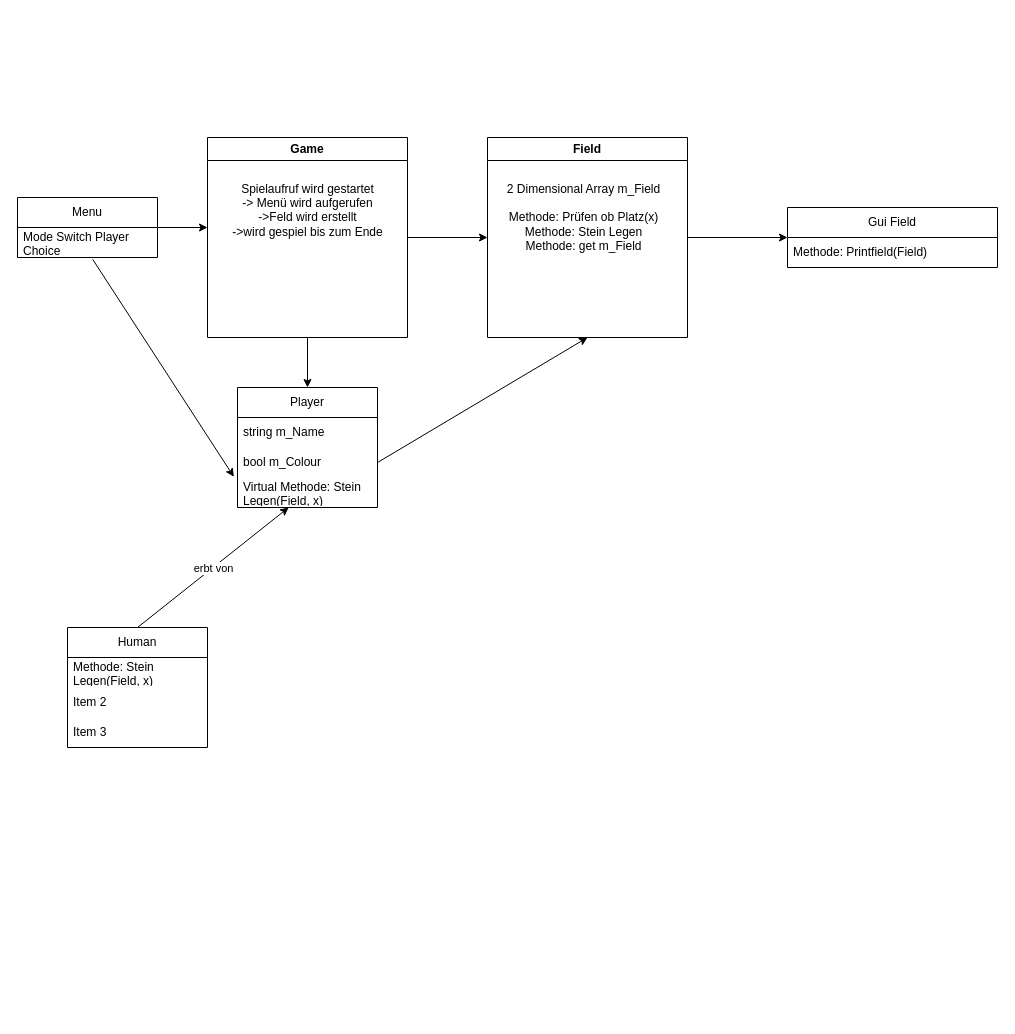
This is Plan.drawio from carlFelixSchlass/Connect4, a draw.io file, before an edit. Source tidied: cells renumbered, new cells numbered last; positions are measured from the earlier drawing's top-left corner, leaving out a move shared by most shapes. Both pictures are drawn from the tidied source at 100%, with x=0, y=0 at pixel (17, 137).
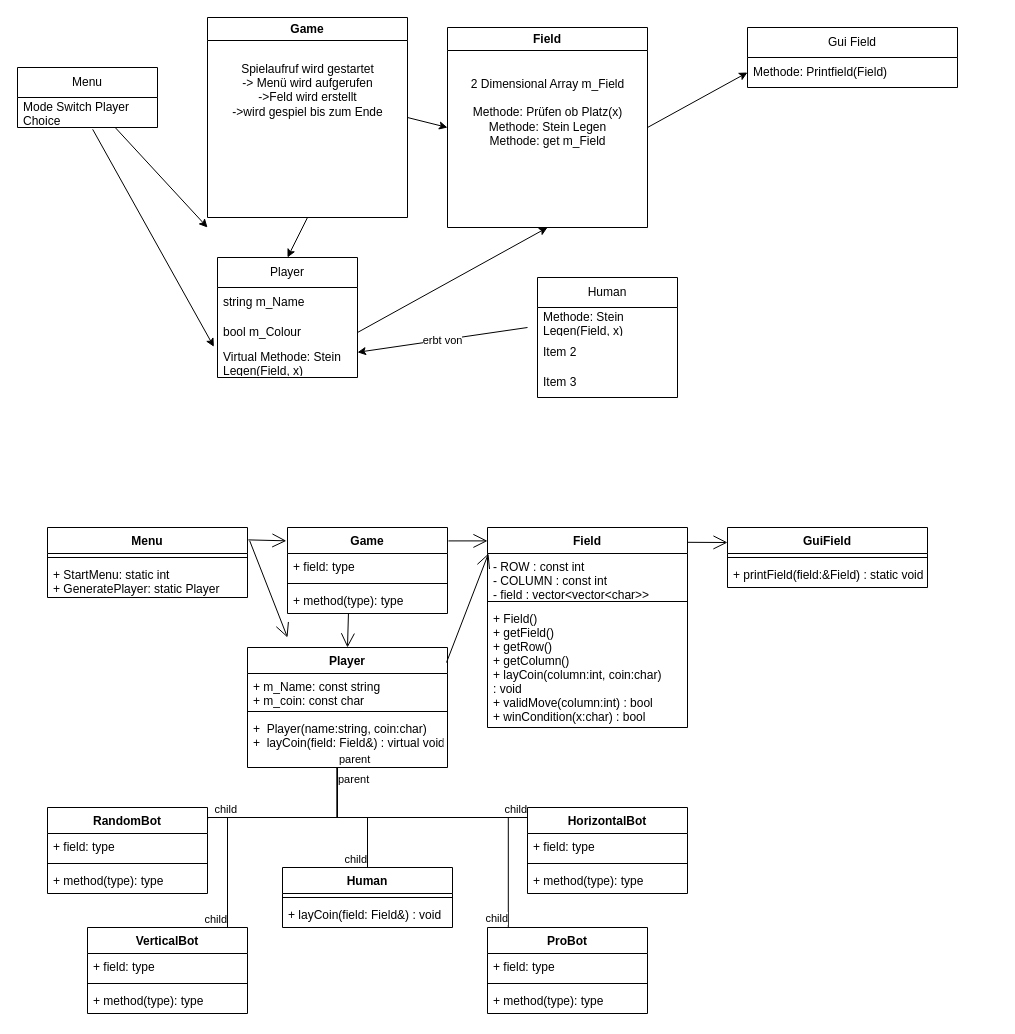
The same diagram, later.

Commit message (it also covers changes not shown here):
removed test outputs startMenu in main now new UML Diagramm with UML Blocks added a '&' at Player.hpp in line 12 -> think it should be a refernce

Unchanged cells that the change refers to:
```xml
<mxCell id="12" value="&lt;span style=&quot;text-align: center;&quot;&gt;Virtual Methode: Stein Legen(Field, x)&lt;/span&gt;" style="text;strokeColor=none;fillColor=none;align=left;verticalAlign=middle;spacingLeft=4;spacingRight=4;overflow=hidden;points=[[0,0.5],[1,0.5]];portConstraint=eastwest;whiteSpace=wrap;html=1;" parent="9" vertex="1">
  <mxGeometry y="90" width="140" height="30" as="geometry" />
</mxCell>
<mxCell id="18" value="Methode: Printfield(Field)" style="text;strokeColor=none;fillColor=none;align=left;verticalAlign=middle;spacingLeft=4;spacingRight=4;overflow=hidden;points=[[0,0.5],[1,0.5]];portConstraint=eastwest;whiteSpace=wrap;html=1;" parent="17" vertex="1">
  <mxGeometry y="30" width="210" height="30" as="geometry" />
</mxCell>
```

Change to the diagram source:
```diff
@@
     <mxCell id="4" value="Game" style="swimlane;whiteSpace=wrap;html=1;" parent="1" vertex="1">
-      <mxGeometry x="190" width="200" height="200" as="geometry" />
+      <mxGeometry x="190" y="-120" width="200" height="200" as="geometry" />
     </mxCell>
@@
-    <mxCell id="6" style="edgeStyle=none;html=1;exitX=1;exitY=0.5;exitDx=0;exitDy=0;" parent="1" edge="1" source="7">
-      <mxGeometry relative="1" as="geometry">
-        <mxPoint x="770" y="100" as="targetPoint" />
-      </mxGeometry>
+    <mxCell id="6" style="edgeStyle=none;html=1;exitX=1;exitY=0.5;exitDx=0;exitDy=0;entryX=0;entryY=0.5;entryDx=0;entryDy=0;" parent="1" edge="1" source="7" target="18">
+      <mxGeometry relative="1" as="geometry" />
     </mxCell>
     <mxCell id="7" value="Field" style="swimlane;whiteSpace=wrap;html=1;" parent="1" vertex="1">
-      <mxGeometry x="470" width="200" height="200" as="geometry" />
+      <mxGeometry x="430" y="-110" width="200" height="200" as="geometry" />
     </mxCell>
     <mxCell id="8" value="2 Dimensional Array m_Field&lt;br&gt;&lt;br&gt;Methode: Prüfen ob Platz(x)&lt;br&gt;Methode: Stein Legen&lt;br&gt;Methode: get m_Field" style="text;html=1;align=center;verticalAlign=middle;strokeColor=none;fillColor=none;" parent="7" vertex="1">
-      <mxGeometry x="6" y="35" width="180" height="90" as="geometry" />
+      <mxGeometry x="10" y="40" width="180" height="90" as="geometry" />
     </mxCell>
     <mxCell id="9" value="Player" style="swimlane;fontStyle=0;horizontal=1;startSize=30;whiteSpace=wrap;html=1;" parent="1" vertex="1">
-      <mxGeometry x="220" y="250" width="140" height="120" as="geometry" />
+      <mxGeometry x="200" y="120" width="140" height="120" as="geometry" />
     </mxCell>
@@
     <mxCell id="13" value="Human" style="swimlane;fontStyle=0;horizontal=1;startSize=30;whiteSpace=wrap;html=1;" parent="1" vertex="1">
-      <mxGeometry x="50" y="490" width="140" height="120" as="geometry" />
+      <mxGeometry x="520" y="140" width="140" height="120" as="geometry" />
     </mxCell>
@@
     <mxCell id="17" value="Gui Field" style="swimlane;fontStyle=0;horizontal=1;startSize=30;whiteSpace=wrap;html=1;" parent="1" vertex="1">
-      <mxGeometry x="770" y="70" width="210" height="60" as="geometry" />
+      <mxGeometry x="730" y="-110" width="210" height="60" as="geometry" />
     </mxCell>
@@
     <mxCell id="21" value="Menu" style="swimlane;fontStyle=0;horizontal=1;startSize=30;whiteSpace=wrap;html=1;" parent="1" vertex="1">
-      <mxGeometry y="60" width="140" height="60" as="geometry" />
+      <mxGeometry y="-70" width="140" height="60" as="geometry" />
     </mxCell>
@@
-    <mxCell id="23" style="endArrow=classic;html=1;exitX=0.5;exitY=0;exitDx=0;exitDy=0;" parent="1" edge="1" source="13" target="12">
-      <mxGeometry relative="1" as="geometry" />
+    <mxCell id="23" style="endArrow=classic;html=1;" parent="1" edge="1" target="12">
+      <mxGeometry relative="1" as="geometry">
+        <mxPoint x="510" y="190" as="sourcePoint" />
+      </mxGeometry>
     </mxCell>
@@
+    <mxCell id="26" value="Game" style="swimlane;fontStyle=1;align=center;verticalAlign=top;horizontal=1;startSize=26;" parent="1" vertex="1">
+      <mxGeometry x="270" y="390" width="160" height="86" as="geometry" />
+    </mxCell>
+    <mxCell id="27" value="+ field: type" style="text;strokeColor=none;fillColor=none;align=left;verticalAlign=top;spacingLeft=4;spacingRight=4;overflow=hidden;" parent="26" vertex="1">
+      <mxGeometry y="26" width="160" height="26" as="geometry" />
+    </mxCell>
+    <mxCell id="28" style="line;strokeWidth=1;fillColor=none;align=left;verticalAlign=middle;spacingTop=-1;spacingLeft=3;spacingRight=3;labelPosition=right;strokeColor=inherit;" parent="26" vertex="1">
+      <mxGeometry y="52" width="160" height="8" as="geometry" />
+    </mxCell>
+    <mxCell id="29" value="+ method(type): type" style="text;strokeColor=none;fillColor=none;align=left;verticalAlign=top;spacingLeft=4;spacingRight=4;overflow=hidden;points=[[0,0.5],[1,0.5]];portConstraint=eastwest;" parent="26" vertex="1">
+      <mxGeometry y="60" width="160" height="26" as="geometry" />
+    </mxCell>
+    <mxCell id="30" value="Menu" style="swimlane;fontStyle=1;align=center;verticalAlign=top;horizontal=1;startSize=26;" parent="1" vertex="1">
+      <mxGeometry x="30" y="390" width="200" height="70" as="geometry" />
+    </mxCell>
+    <mxCell id="31" style="line;strokeWidth=1;fillColor=none;align=left;verticalAlign=middle;spacingTop=-1;spacingLeft=3;spacingRight=3;labelPosition=right;strokeColor=inherit;" parent="30" vertex="1">
+      <mxGeometry y="26" width="200" height="8" as="geometry" />
+    </mxCell>
+    <mxCell id="32" value="+ StartMenu: static int &#10;+ GeneratePlayer: static Player" style="text;strokeColor=none;fillColor=none;align=left;verticalAlign=top;spacingLeft=4;spacingRight=4;overflow=hidden;" parent="30" vertex="1">
+      <mxGeometry y="34" width="200" height="36" as="geometry" />
+    </mxCell>
+    <mxCell id="33" value="Field" style="swimlane;fontStyle=1;align=center;verticalAlign=top;horizontal=1;startSize=26;" parent="1" vertex="1">
+      <mxGeometry x="470" y="390" width="200" height="200" as="geometry" />
+    </mxCell>
+    <mxCell id="34" value="- ROW : const int&#10;- COLUMN : const int &#10;- field : vector&lt;vector&lt;char&gt;&gt;" style="text;strokeColor=none;fillColor=none;align=left;verticalAlign=top;spacingLeft=4;spacingRight=4;overflow=hidden;points=[[0,0.5],[1,0.5]];portConstraint=eastwest;" parent="33" vertex="1">
+      <mxGeometry y="26" width="200" height="44" as="geometry" />
+    </mxCell>
+    <mxCell id="35" style="line;strokeWidth=1;fillColor=none;align=left;verticalAlign=middle;spacingTop=-1;spacingLeft=3;spacingRight=3;labelPosition=right;strokeColor=inherit;" parent="33" vertex="1">
+      <mxGeometry y="70" width="200" height="8" as="geometry" />
+    </mxCell>
+    <mxCell id="36" value="+ Field()&#10;+ getField()&#10;+ getRow()&#10;+ getColumn()&#10;+ layCoin(column:int, coin:char) &#10;: void&#10;+ validMove(column:int) : bool&#10;+ winCondition(x:char) : bool" style="text;strokeColor=none;fillColor=none;align=left;verticalAlign=top;spacingLeft=4;spacingRight=4;overflow=hidden;" parent="33" vertex="1">
+      <mxGeometry y="78" width="200" height="122" as="geometry" />
+    </mxCell>
+    <mxCell id="37" value="GuiField" style="swimlane;fontStyle=1;align=center;verticalAlign=top;horizontal=1;startSize=26;" parent="1" vertex="1">
+      <mxGeometry x="710" y="390" width="200" height="60" as="geometry" />
+    </mxCell>
+    <mxCell id="38" style="line;strokeWidth=1;fillColor=none;align=left;verticalAlign=middle;spacingTop=-1;spacingLeft=3;spacingRight=3;labelPosition=right;strokeColor=inherit;" parent="37" vertex="1">
+      <mxGeometry y="26" width="200" height="8" as="geometry" />
+    </mxCell>
+    <mxCell id="39" value="+ printField(field:&amp;Field) : static void" style="text;strokeColor=none;fillColor=none;align=left;verticalAlign=top;spacingLeft=4;spacingRight=4;overflow=hidden;" parent="37" vertex="1">
+      <mxGeometry y="34" width="200" height="26" as="geometry" />
+    </mxCell>
+    <mxCell id="40" value="HorizontalBot" style="swimlane;fontStyle=1;align=center;verticalAlign=top;horizontal=1;startSize=26;" parent="1" vertex="1">
+      <mxGeometry x="510" y="670" width="160" height="86" as="geometry" />
+    </mxCell>
+    <mxCell id="41" value="+ field: type" style="text;strokeColor=none;fillColor=none;align=left;verticalAlign=top;spacingLeft=4;spacingRight=4;overflow=hidden;" parent="40" vertex="1">
+      <mxGeometry y="26" width="160" height="26" as="geometry" />
+    </mxCell>
+    <mxCell id="42" style="line;strokeWidth=1;fillColor=none;align=left;verticalAlign=middle;spacingTop=-1;spacingLeft=3;spacingRight=3;labelPosition=right;strokeColor=inherit;" parent="40" vertex="1">
+      <mxGeometry y="52" width="160" height="8" as="geometry" />
+    </mxCell>
+    <mxCell id="43" value="+ method(type): type" style="text;strokeColor=none;fillColor=none;align=left;verticalAlign=top;spacingLeft=4;spacingRight=4;overflow=hidden;" parent="40" vertex="1">
+      <mxGeometry y="60" width="160" height="26" as="geometry" />
+    </mxCell>
+    <mxCell id="44" value="ProBot" style="swimlane;fontStyle=1;align=center;verticalAlign=top;horizontal=1;startSize=26;" parent="1" vertex="1">
+      <mxGeometry x="470" y="790" width="160" height="86" as="geometry" />
+    </mxCell>
+    <mxCell id="45" value="+ field: type" style="text;strokeColor=none;fillColor=none;align=left;verticalAlign=top;spacingLeft=4;spacingRight=4;overflow=hidden;" parent="44" vertex="1">
+      <mxGeometry y="26" width="160" height="26" as="geometry" />
+    </mxCell>
+    <mxCell id="46" style="line;strokeWidth=1;fillColor=none;align=left;verticalAlign=middle;spacingTop=-1;spacingLeft=3;spacingRight=3;labelPosition=right;strokeColor=inherit;" parent="44" vertex="1">
+      <mxGeometry y="52" width="160" height="8" as="geometry" />
+    </mxCell>
+    <mxCell id="47" value="+ method(type): type" style="text;strokeColor=none;fillColor=none;align=left;verticalAlign=top;spacingLeft=4;spacingRight=4;overflow=hidden;" parent="44" vertex="1">
+      <mxGeometry y="60" width="160" height="26" as="geometry" />
+    </mxCell>
+    <mxCell id="48" value="RandomBot" style="swimlane;fontStyle=1;align=center;verticalAlign=top;horizontal=1;startSize=26;" parent="1" vertex="1">
+      <mxGeometry x="30" y="670" width="160" height="86" as="geometry" />
+    </mxCell>
+    <mxCell id="49" value="+ field: type" style="text;strokeColor=none;fillColor=none;align=left;verticalAlign=top;spacingLeft=4;spacingRight=4;overflow=hidden;" parent="48" vertex="1">
+      <mxGeometry y="26" width="160" height="26" as="geometry" />
+    </mxCell>
+    <mxCell id="50" style="line;strokeWidth=1;fillColor=none;align=left;verticalAlign=middle;spacingTop=-1;spacingLeft=3;spacingRight=3;labelPosition=right;strokeColor=inherit;" parent="48" vertex="1">
+      <mxGeometry y="52" width="160" height="8" as="geometry" />
+    </mxCell>
+    <mxCell id="51" value="+ method(type): type" style="text;strokeColor=none;fillColor=none;align=left;verticalAlign=top;spacingLeft=4;spacingRight=4;overflow=hidden;" parent="48" vertex="1">
+      <mxGeometry y="60" width="160" height="26" as="geometry" />
+    </mxCell>
+    <mxCell id="52" value="VerticalBot" style="swimlane;fontStyle=1;align=center;verticalAlign=top;horizontal=1;startSize=26;" parent="1" vertex="1">
+      <mxGeometry x="70" y="790" width="160" height="86" as="geometry" />
+    </mxCell>
+    <mxCell id="53" value="+ field: type" style="text;strokeColor=none;fillColor=none;align=left;verticalAlign=top;spacingLeft=4;spacingRight=4;overflow=hidden;" parent="52" vertex="1">
+      <mxGeometry y="26" width="160" height="26" as="geometry" />
+    </mxCell>
+    <mxCell id="54" style="line;strokeWidth=1;fillColor=none;align=left;verticalAlign=middle;spacingTop=-1;spacingLeft=3;spacingRight=3;labelPosition=right;strokeColor=inherit;" parent="52" vertex="1">
+      <mxGeometry y="52" width="160" height="8" as="geometry" />
+    </mxCell>
+    <mxCell id="55" value="+ method(type): type" style="text;strokeColor=none;fillColor=none;align=left;verticalAlign=top;spacingLeft=4;spacingRight=4;overflow=hidden;" parent="52" vertex="1">
+      <mxGeometry y="60" width="160" height="26" as="geometry" />
+    </mxCell>
+    <mxCell id="56" value="Human" style="swimlane;fontStyle=1;align=center;verticalAlign=top;horizontal=1;startSize=26;" parent="1" vertex="1">
+      <mxGeometry x="265" y="730" width="170" height="60" as="geometry" />
+    </mxCell>
+    <mxCell id="57" style="line;strokeWidth=1;fillColor=none;align=left;verticalAlign=middle;spacingTop=-1;spacingLeft=3;spacingRight=3;labelPosition=right;strokeColor=inherit;" parent="56" vertex="1">
+      <mxGeometry y="26" width="170" height="8" as="geometry" />
+    </mxCell>
+    <mxCell id="58" value="+ layCoin(field: Field&amp;) : void" style="text;strokeColor=none;fillColor=none;align=left;verticalAlign=top;spacingLeft=4;spacingRight=4;overflow=hidden;" parent="56" vertex="1">
+      <mxGeometry y="34" width="170" height="26" as="geometry" />
+    </mxCell>
+    <mxCell id="59" value="Player" style="swimlane;fontStyle=1;align=center;verticalAlign=top;horizontal=1;startSize=26;" parent="1" vertex="1">
+      <mxGeometry x="230" y="510" width="200" height="120" as="geometry" />
+    </mxCell>
+    <mxCell id="60" value="+ m_Name: const string &#10;+ m_coin: const char" style="text;strokeColor=none;fillColor=none;align=left;verticalAlign=top;spacingLeft=4;spacingRight=4;overflow=hidden;" parent="59" vertex="1">
+      <mxGeometry y="26" width="200" height="34" as="geometry" />
+    </mxCell>
+    <mxCell id="61" style="line;strokeWidth=1;fillColor=none;align=left;verticalAlign=middle;spacingTop=-1;spacingLeft=3;spacingRight=3;labelPosition=right;strokeColor=inherit;" parent="59" vertex="1">
+      <mxGeometry y="60" width="200" height="8" as="geometry" />
+    </mxCell>
+    <mxCell id="62" value="+  Player(name:string, coin:char)&#10;+  layCoin(field: Field&amp;) : virtual void" style="text;strokeColor=none;fillColor=none;align=left;verticalAlign=top;spacingLeft=4;spacingRight=4;overflow=hidden;points=[[0,0.5],[1,0.5]];portConstraint=eastwest;" parent="59" vertex="1">
+      <mxGeometry y="68" width="200" height="52" as="geometry" />
+    </mxCell>
+    <mxCell id="63" style="endArrow=none;html=1;edgeStyle=orthogonalEdgeStyle;rounded=0;shadow=0;exitX=0.447;exitY=1.027;exitDx=0;exitDy=0;exitPerimeter=0;" parent="1" edge="1" source="62">
+      <mxGeometry relative="1" as="geometry">
+        <mxPoint x="510" y="680" as="targetPoint" />
+        <Array as="points">
+          <mxPoint x="319" y="680" />
+        </Array>
+      </mxGeometry>
+    </mxCell>
+    <mxCell id="64" value="parent" style="edgeLabel;html=1;align=left;verticalAlign=bottom;" parent="63" vertex="1">
+      <mxGeometry x="-1" relative="1" as="geometry">
+        <mxPoint y="19" as="offset" />
+      </mxGeometry>
+    </mxCell>
+    <mxCell id="65" value="child" style="edgeLabel;html=1;align=right;verticalAlign=bottom;" parent="63" vertex="1">
+      <mxGeometry x="1" relative="1" as="geometry" />
+    </mxCell>
+    <mxCell id="66" style="endArrow=none;html=1;edgeStyle=orthogonalEdgeStyle;rounded=0;shadow=0;exitX=0.444;exitY=1.018;exitDx=0;exitDy=0;exitPerimeter=0;" parent="1" edge="1" source="62" target="56">
+      <mxGeometry relative="1" as="geometry">
+        <Array as="points">
+          <mxPoint x="320" y="631" />
+          <mxPoint x="320" y="680" />
+          <mxPoint x="350" y="680" />
+        </Array>
+      </mxGeometry>
+    </mxCell>
+    <mxCell id="67" value="child" style="edgeLabel;html=1;align=right;verticalAlign=bottom;" parent="66" vertex="1">
+      <mxGeometry x="1" relative="1" as="geometry" />
+    </mxCell>
+    <mxCell id="68" style="endArrow=none;html=1;edgeStyle=orthogonalEdgeStyle;rounded=0;shadow=0;entryX=0.13;entryY=-0.006;entryDx=0;entryDy=0;entryPerimeter=0;" parent="1" edge="1" target="44">
+      <mxGeometry relative="1" as="geometry">
+        <mxPoint x="320" y="630" as="sourcePoint" />
+        <Array as="points">
+          <mxPoint x="320" y="680" />
+          <mxPoint x="491" y="680" />
+        </Array>
+      </mxGeometry>
+    </mxCell>
+    <mxCell id="69" value="child" style="edgeLabel;html=1;align=right;verticalAlign=bottom;" parent="68" vertex="1">
+      <mxGeometry x="1" relative="1" as="geometry" />
+    </mxCell>
+    <mxCell id="70" style="endArrow=none;html=1;edgeStyle=orthogonalEdgeStyle;rounded=0;shadow=0;exitX=0.449;exitY=1.003;exitDx=0;exitDy=0;exitPerimeter=0;entryX=1.001;entryY=0.138;entryDx=0;entryDy=0;entryPerimeter=0;" parent="1" edge="1" source="62" target="48">
+      <mxGeometry relative="1" as="geometry">
+        <Array as="points">
+          <mxPoint x="320" y="680" />
+          <mxPoint x="190" y="680" />
+        </Array>
+      </mxGeometry>
+    </mxCell>
+    <mxCell id="71" value="child" style="edgeLabel;html=1;align=right;verticalAlign=bottom;" parent="70" vertex="1">
+      <mxGeometry x="1" relative="1" as="geometry">
+        <mxPoint x="30" y="-2" as="offset" />
+      </mxGeometry>
+    </mxCell>
+    <mxCell id="72" style="endArrow=none;html=1;edgeStyle=orthogonalEdgeStyle;rounded=0;shadow=0;entryX=0.875;entryY=0;entryDx=0;entryDy=0;entryPerimeter=0;" parent="1" edge="1" target="52">
+      <mxGeometry relative="1" as="geometry">
+        <mxPoint x="320" y="630" as="sourcePoint" />
+        <Array as="points">
+          <mxPoint x="320" y="680" />
+          <mxPoint x="210" y="680" />
+        </Array>
+      </mxGeometry>
+    </mxCell>
+    <mxCell id="73" value="parent" style="edgeLabel;html=1;align=left;verticalAlign=bottom;" parent="72" vertex="1">
+      <mxGeometry x="-1" relative="1" as="geometry" />
+    </mxCell>
+    <mxCell id="74" value="child" style="edgeLabel;html=1;align=right;verticalAlign=bottom;" parent="72" vertex="1">
+      <mxGeometry x="1" relative="1" as="geometry" />
+    </mxCell>
+    <mxCell id="75" style="endArrow=open;endFill=1;endSize=12;html=1;rounded=0;shadow=0;exitX=0.998;exitY=0.074;exitDx=0;exitDy=0;exitPerimeter=0;entryX=0;entryY=0.25;entryDx=0;entryDy=0;" parent="1" edge="1" source="33" target="37">
+      <mxGeometry relative="1" as="geometry" />
+    </mxCell>
+    <mxCell id="76" style="endArrow=open;endFill=1;endSize=12;html=1;rounded=0;shadow=0;exitX=1.004;exitY=0.177;exitDx=0;exitDy=0;exitPerimeter=0;entryX=-0.007;entryY=0.155;entryDx=0;entryDy=0;entryPerimeter=0;" parent="1" edge="1" source="30" target="26">
+      <mxGeometry relative="1" as="geometry" />
+    </mxCell>
+    <mxCell id="77" style="endArrow=open;endFill=1;endSize=12;html=1;rounded=0;shadow=0;exitX=1.011;exitY=0.19;exitDx=0;exitDy=0;exitPerimeter=0;" parent="1" edge="1" source="30">
+      <mxGeometry relative="1" as="geometry">
+        <mxPoint x="270" y="500" as="targetPoint" />
+      </mxGeometry>
+    </mxCell>
+    <mxCell id="78" style="endArrow=open;endFill=1;endSize=12;html=1;rounded=0;shadow=0;exitX=0.381;exitY=0.992;exitDx=0;exitDy=0;exitPerimeter=0;entryX=0.5;entryY=0;entryDx=0;entryDy=0;" parent="1" edge="1" source="29" target="59">
+      <mxGeometry relative="1" as="geometry" />
+    </mxCell>
+    <mxCell id="79" style="endArrow=open;endFill=1;endSize=12;html=1;rounded=0;shadow=0;exitX=1.006;exitY=0.156;exitDx=0;exitDy=0;exitPerimeter=0;entryX=0;entryY=0.067;entryDx=0;entryDy=0;entryPerimeter=0;" parent="1" edge="1" source="26" target="33">
+      <mxGeometry relative="1" as="geometry" />
+    </mxCell>
+    <mxCell id="80" style="endArrow=open;endFill=1;endSize=12;html=1;rounded=0;shadow=0;exitX=0.995;exitY=0.125;exitDx=0;exitDy=0;exitPerimeter=0;entryX=0.005;entryY=0;entryDx=0;entryDy=0;entryPerimeter=0;" parent="1" edge="1" source="59" target="34">
+      <mxGeometry relative="1" as="geometry" />
+    </mxCell>
```
